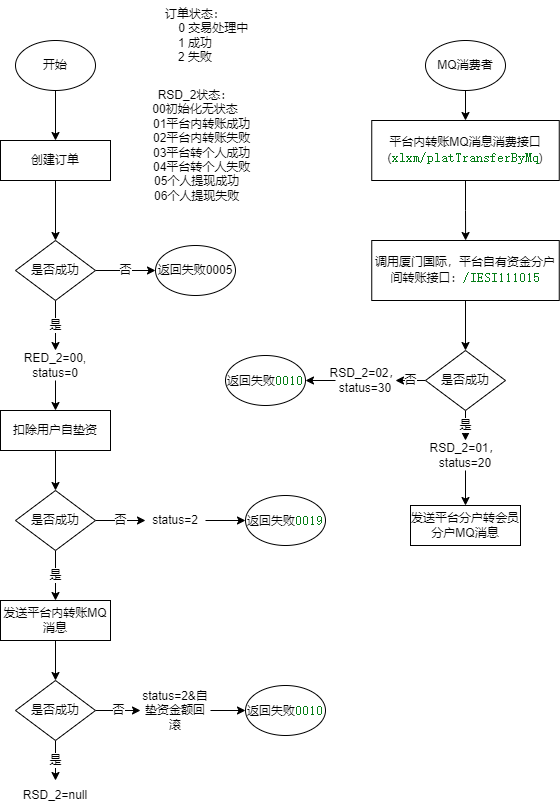
Above: 厦门国际代付订单状态流转.drawio.png in songyibo2019/mydiagrams (draw.io), before the change. Source tidied: cells renumbered, new cells last; positions are measured from the earlier drawing's top-left corner, leaving out a move shared by most shapes.
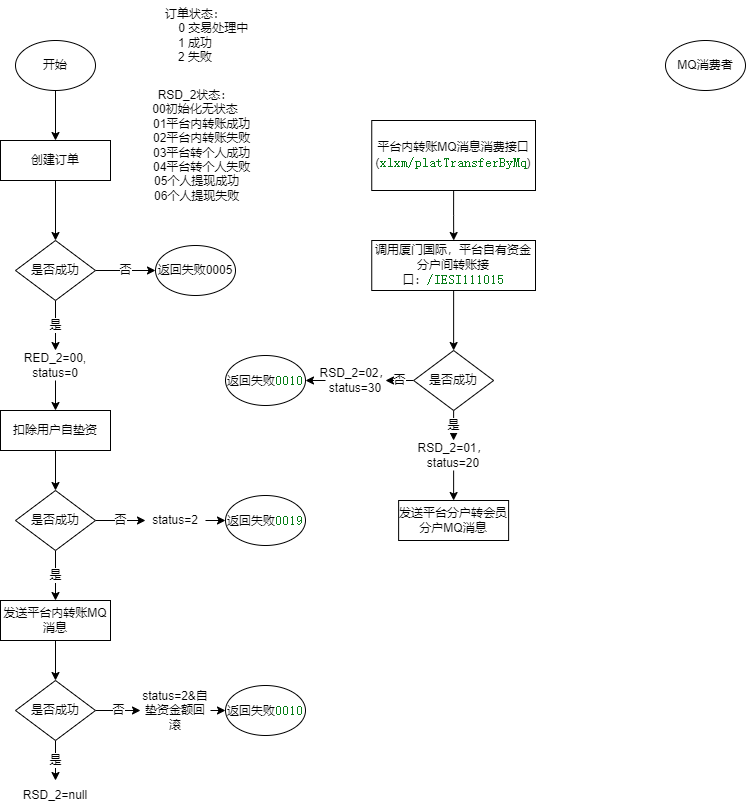
The same file after the commit.

Commit message:
Update 厦门国际代付订单状态流转.drawio.png

Change to the diagram source:
```diff
@@ -50,7 +50,7 @@
       <mxGeometry x="15" y="490" width="80" height="60" as="geometry" />
     </mxCell>
     <mxCell id="17" value="返回失败&lt;span style=&quot;color: rgb(6 , 125 , 23) ; background-color: rgb(255 , 255 , 255) ; font-family: &amp;#34;jetbrains mono&amp;#34; , monospace ; font-size: 9.8pt&quot;&gt;0019&lt;/span&gt;" style="ellipse;whiteSpace=wrap;html=1;" parent="1" vertex="1">
-      <mxGeometry x="245" y="495" width="80" height="50" as="geometry" />
+      <mxGeometry x="225" y="495" width="80" height="50" as="geometry" />
     </mxCell>
     <mxCell id="18" style="edgeStyle=orthogonalEdgeStyle;rounded=0;jettySize=auto;html=1;exitX=0.5;exitY=1;exitDx=0;exitDy=0;entryX=0.5;entryY=0;entryDx=0;entryDy=0;fontSize=10;" parent="1" edge="1" source="19" target="26">
       <mxGeometry relative="1" as="geometry" />
@@ -89,25 +89,22 @@
       <mxGeometry x="140" y="687.5" width="70" height="45" as="geometry" />
     </mxCell>
     <mxCell id="30" value="返回失败&lt;span style=&quot;color: rgb(6 , 125 , 23) ; background-color: rgb(255 , 255 , 255) ; font-family: &amp;#34;jetbrains mono&amp;#34; , monospace ; font-size: 9.8pt&quot;&gt;0010&lt;/span&gt;" style="ellipse;whiteSpace=wrap;html=1;" parent="1" vertex="1">
-      <mxGeometry x="245" y="685" width="80" height="50" as="geometry" />
+      <mxGeometry x="225" y="685" width="80" height="50" as="geometry" />
     </mxCell>
     <mxCell id="31" style="edgeStyle=orthogonalEdgeStyle;rounded=0;jettySize=auto;html=1;exitX=0.5;exitY=1;exitDx=0;exitDy=0;" parent="1" edge="1" source="32" target="34">
       <mxGeometry relative="1" as="geometry" />
     </mxCell>
     <mxCell id="32" value="平台内转账MQ消息消费接口(&lt;span style=&quot;color: rgb(6 , 125 , 23) ; background-color: rgb(255 , 255 , 255) ; font-family: &amp;#34;jetbrains mono&amp;#34; , monospace ; font-size: 9.8pt&quot;&gt;xlxm/platTransferByMq&lt;/span&gt;&lt;span&gt;)&lt;/span&gt;" style="rounded=0;whiteSpace=wrap;html=1;" parent="1" vertex="1">
-      <mxGeometry x="371.2" y="120" width="187.5" height="60" as="geometry" />
+      <mxGeometry x="371.2" y="120" width="163.8" height="70" as="geometry" />
     </mxCell>
     <mxCell id="33" style="edgeStyle=orthogonalEdgeStyle;rounded=0;jettySize=auto;html=1;exitX=0.5;exitY=1;exitDx=0;exitDy=0;entryX=0.5;entryY=0;entryDx=0;entryDy=0;" parent="1" edge="1" source="34" target="39">
       <mxGeometry relative="1" as="geometry" />
     </mxCell>
     <mxCell id="34" value="调用厦门国际，平台自有资金分户间转账接口：&lt;span style=&quot;color: rgb(6 , 125 , 23) ; background-color: rgb(255 , 255 , 255) ; font-family: &amp;#34;jetbrains mono&amp;#34; , monospace ; font-size: 9.8pt&quot;&gt;/IESI111015&lt;/span&gt;" style="rounded=0;whiteSpace=wrap;html=1;" parent="1" vertex="1">
-      <mxGeometry x="371.2" y="240" width="187.5" height="60" as="geometry" />
+      <mxGeometry x="371.2" y="240" width="163.8" height="50" as="geometry" />
     </mxCell>
-    <mxCell id="35" style="edgeStyle=orthogonalEdgeStyle;rounded=0;jettySize=auto;html=1;exitX=0.5;exitY=1;exitDx=0;exitDy=0;entryX=0.5;entryY=0;entryDx=0;entryDy=0;" parent="1" edge="1" source="36" target="32">
-      <mxGeometry relative="1" as="geometry" />
-    </mxCell>
     <mxCell id="36" value="MQ消费者" style="ellipse;whiteSpace=wrap;html=1;" parent="1" vertex="1">
-      <mxGeometry x="425" y="40" width="80" height="50" as="geometry" />
+      <mxGeometry x="665" y="40" width="80" height="50" as="geometry" />
     </mxCell>
     <mxCell id="37" value="否" style="edgeStyle=orthogonalEdgeStyle;rounded=0;jettySize=auto;html=1;exitX=0;exitY=0.5;exitDx=0;exitDy=0;" parent="1" edge="1" source="39" target="43">
       <mxGeometry relative="1" as="geometry" />
@@ -116,10 +113,10 @@
       <mxGeometry relative="1" as="geometry" />
     </mxCell>
     <mxCell id="39" value="是否成功" style="rhombus;whiteSpace=wrap;html=1;" parent="1" vertex="1">
-      <mxGeometry x="425" y="350" width="80" height="60" as="geometry" />
+      <mxGeometry x="413.1" y="350" width="80" height="60" as="geometry" />
     </mxCell>
     <mxCell id="40" value="发送平台分户转会员分户MQ消息" style="rounded=0;whiteSpace=wrap;html=1;" parent="1" vertex="1">
-      <mxGeometry x="410" y="505" width="110" height="40" as="geometry" />
+      <mxGeometry x="398.1" y="500" width="110" height="40" as="geometry" />
     </mxCell>
     <mxCell id="41" value="返回失败&lt;span style=&quot;color: rgb(6 , 125 , 23) ; background-color: rgb(255 , 255 , 255) ; font-family: &amp;#34;jetbrains mono&amp;#34; , monospace ; font-size: 9.8pt&quot;&gt;0010&lt;/span&gt;" style="ellipse;whiteSpace=wrap;html=1;" parent="1" vertex="1">
       <mxGeometry x="225" y="355" width="80" height="50" as="geometry" />
@@ -128,13 +125,13 @@
       <mxGeometry relative="1" as="geometry" />
     </mxCell>
     <mxCell id="43" value="RSD_2=02，&lt;br&gt;status=30" style="text;html=1;strokeColor=none;fillColor=none;align=center;verticalAlign=middle;whiteSpace=wrap;rounded=0;" parent="1" vertex="1">
-      <mxGeometry x="335" y="365" width="60" height="30" as="geometry" />
+      <mxGeometry x="325" y="365" width="60" height="30" as="geometry" />
     </mxCell>
     <mxCell id="44" style="edgeStyle=orthogonalEdgeStyle;rounded=0;jettySize=auto;html=1;exitX=0.5;exitY=1;exitDx=0;exitDy=0;entryX=0.5;entryY=0;entryDx=0;entryDy=0;" parent="1" edge="1" source="45" target="40">
       <mxGeometry relative="1" as="geometry" />
     </mxCell>
     <mxCell id="45" value="RSD_2=01，&lt;br&gt;status=20" style="text;html=1;strokeColor=none;fillColor=none;align=center;verticalAlign=middle;whiteSpace=wrap;rounded=0;" parent="1" vertex="1">
-      <mxGeometry x="435" y="440" width="60" height="30" as="geometry" />
+      <mxGeometry x="423.1" y="440" width="60" height="30" as="geometry" />
     </mxCell>
   </root>
 </mxGraphModel>
```
